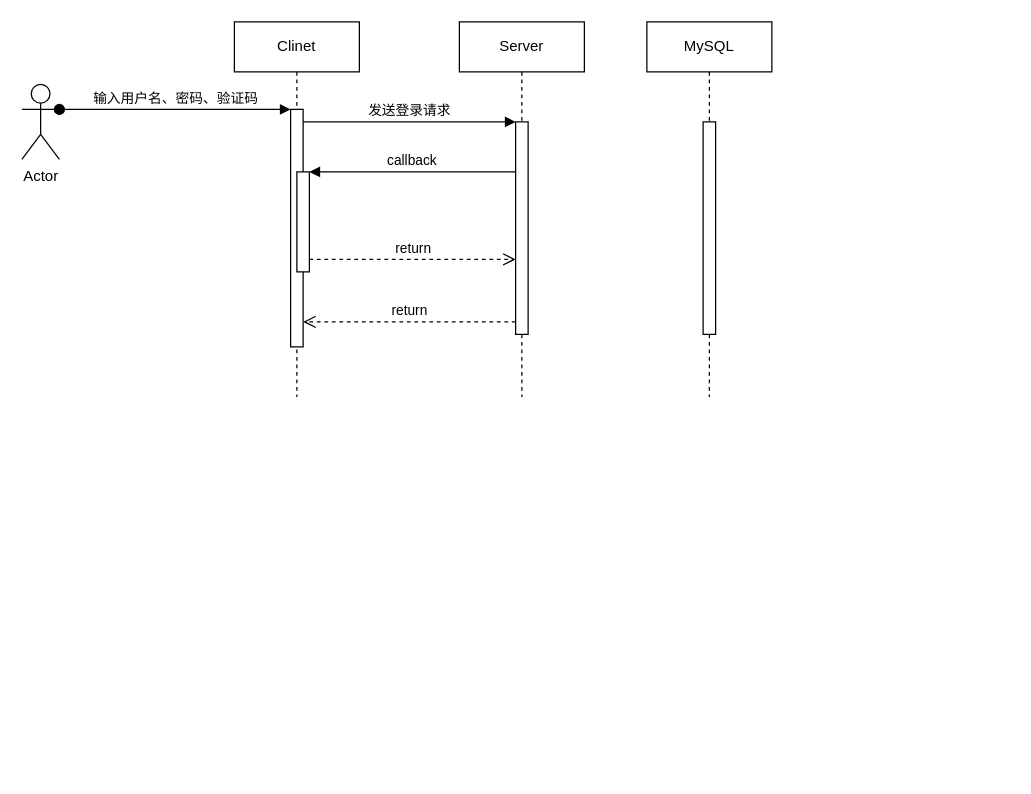
Above: Untitled Diagram.drawio in even1113/-- (draw.io), before the change. Source tidied: cells renumbered, new cells numbered last; positions are measured from the earlier drawing's top-left corner, leaving out a move shared by most shapes. Both pictures are drawn from the tidied source at 125%, with x=0, y=0 at pixel (21, 21).
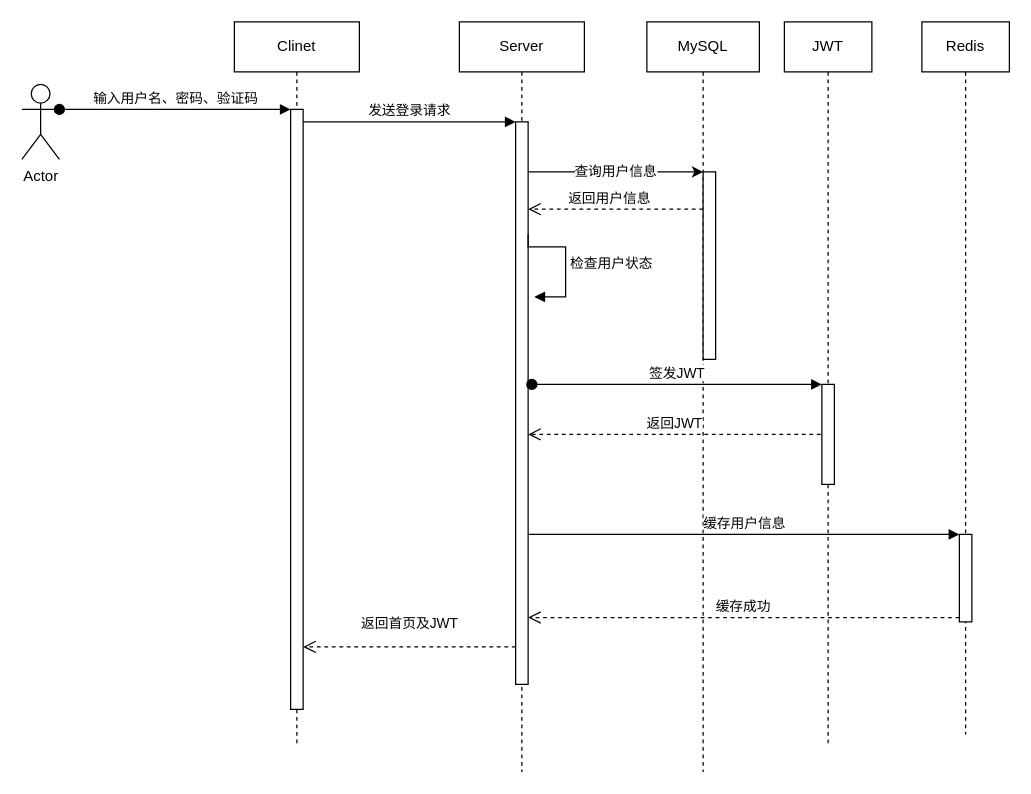
The same page after the edit.

The edit, as a diff of the source:
```diff
@@
     <mxCell id="2" value="Clinet" style="shape=umlLifeline;perimeter=lifelinePerimeter;whiteSpace=wrap;html=1;newEdgeStyle={&quot;edgeStyle&quot;:&quot;elbowEdgeStyle&quot;,&quot;elbow&quot;:&quot;vertical&quot;,&quot;curved&quot;:0,&quot;rounded&quot;:0};" parent="1" vertex="1">
-      <mxGeometry x="170" width="100" height="300" as="geometry" />
+      <mxGeometry x="170" width="100" height="580" as="geometry" />
     </mxCell>
     <mxCell id="3" style="html=1;points=[];perimeter=orthogonalPerimeter;outlineConnect=0;targetShapes=umlLifeline;portConstraint=eastwest;newEdgeStyle={&quot;edgeStyle&quot;:&quot;elbowEdgeStyle&quot;,&quot;elbow&quot;:&quot;vertical&quot;,&quot;curved&quot;:0,&quot;rounded&quot;:0};" parent="2" vertex="1">
-      <mxGeometry x="45" y="70" width="10" height="190" as="geometry" />
+      <mxGeometry x="45" y="70" width="10" height="480" as="geometry" />
     </mxCell>
-    <mxCell id="4" style="html=1;points=[];perimeter=orthogonalPerimeter;outlineConnect=0;targetShapes=umlLifeline;portConstraint=eastwest;newEdgeStyle={&quot;edgeStyle&quot;:&quot;elbowEdgeStyle&quot;,&quot;elbow&quot;:&quot;vertical&quot;,&quot;curved&quot;:0,&quot;rounded&quot;:0};" parent="2" vertex="1">
-      <mxGeometry x="50" y="120" width="10" height="80" as="geometry" />
-    </mxCell>
     <mxCell id="5" value="Server" style="shape=umlLifeline;perimeter=lifelinePerimeter;whiteSpace=wrap;html=1;newEdgeStyle={&quot;edgeStyle&quot;:&quot;elbowEdgeStyle&quot;,&quot;elbow&quot;:&quot;vertical&quot;,&quot;curved&quot;:0,&quot;rounded&quot;:0};" parent="1" vertex="1">
-      <mxGeometry x="350" width="100" height="300" as="geometry" />
+      <mxGeometry x="350" width="100" height="600" as="geometry" />
     </mxCell>
     <mxCell id="6" style="html=1;points=[];perimeter=orthogonalPerimeter;outlineConnect=0;targetShapes=umlLifeline;portConstraint=eastwest;newEdgeStyle={&quot;edgeStyle&quot;:&quot;elbowEdgeStyle&quot;,&quot;elbow&quot;:&quot;vertical&quot;,&quot;curved&quot;:0,&quot;rounded&quot;:0};" parent="5" vertex="1">
-      <mxGeometry x="45" y="80" width="10" height="170" as="geometry" />
+      <mxGeometry x="45" y="80" width="10" height="450" as="geometry" />
     </mxCell>
@@
-    <mxCell id="8" value="return" style="html=1;verticalAlign=bottom;endArrow=open;dashed=1;endSize=8;edgeStyle=elbowEdgeStyle;elbow=vertical;curved=0;rounded=0;" parent="1" edge="1" source="6" target="3">
-      <mxGeometry relative="1" as="geometry">
-        <Array as="points">
-          <mxPoint x="320" y="240" />
-        </Array>
-      </mxGeometry>
-    </mxCell>
-    <mxCell id="9" value="callback" style="html=1;verticalAlign=bottom;endArrow=block;edgeStyle=elbowEdgeStyle;elbow=vertical;curved=0;rounded=0;" parent="1" edge="1" source="6" target="4">
-      <mxGeometry relative="1" as="geometry">
-        <Array as="points">
-          <mxPoint x="320" y="120" />
-        </Array>
-      </mxGeometry>
-    </mxCell>
-    <mxCell id="10" value="return" style="html=1;verticalAlign=bottom;endArrow=open;dashed=1;endSize=8;edgeStyle=elbowEdgeStyle;elbow=vertical;curved=0;rounded=0;" parent="1" edge="1" source="4" target="6">
-      <mxGeometry relative="1" as="geometry">
-        <Array as="points">
-          <mxPoint x="310" y="190" />
-        </Array>
-      </mxGeometry>
-    </mxCell>
@@
     <mxCell id="13" value="MySQL" style="shape=umlLifeline;perimeter=lifelinePerimeter;whiteSpace=wrap;html=1;newEdgeStyle={&quot;edgeStyle&quot;:&quot;elbowEdgeStyle&quot;,&quot;elbow&quot;:&quot;vertical&quot;,&quot;curved&quot;:0,&quot;rounded&quot;:0};" parent="1" vertex="1">
-      <mxGeometry x="500" width="100" height="300" as="geometry" />
+      <mxGeometry x="500" width="90" height="600" as="geometry" />
     </mxCell>
     <mxCell id="14" style="html=1;points=[];perimeter=orthogonalPerimeter;outlineConnect=0;targetShapes=umlLifeline;portConstraint=eastwest;newEdgeStyle={&quot;edgeStyle&quot;:&quot;elbowEdgeStyle&quot;,&quot;elbow&quot;:&quot;vertical&quot;,&quot;curved&quot;:0,&quot;rounded&quot;:0};" parent="13" vertex="1">
-      <mxGeometry x="45" y="80" width="10" height="170" as="geometry" />
+      <mxGeometry x="45" y="120" width="10" height="150" as="geometry" />
     </mxCell>
+    <mxCell id="15" value="查询用户信息" style="edgeStyle=orthogonalEdgeStyle;rounded=0;jettySize=auto;html=1;" parent="1" edge="1" source="6" target="14">
+      <mxGeometry relative="1" as="geometry">
+        <Array as="points">
+          <mxPoint x="510" y="120" />
+          <mxPoint x="510" y="120" />
+        </Array>
+      </mxGeometry>
+    </mxCell>
+    <mxCell id="16" value="返回用户信息" style="html=1;verticalAlign=bottom;endArrow=open;dashed=1;endSize=8;edgeStyle=elbowEdgeStyle;elbow=vertical;curved=0;rounded=0;" parent="1" edge="1" source="14" target="6">
+      <mxGeometry x="0.07" relative="1" as="geometry">
+        <Array as="points">
+          <mxPoint x="485" y="149.8" />
+        </Array>
+      </mxGeometry>
+    </mxCell>
+    <mxCell id="17" value="检查用户状态" style="edgeStyle=orthogonalEdgeStyle;html=1;align=left;spacingLeft=2;endArrow=block;rounded=0;entryX=1;entryY=0;" parent="1" edge="1">
+      <mxGeometry relative="1" as="geometry">
+        <mxPoint x="405" y="170" as="sourcePoint" />
+        <mxPoint x="410" y="220" as="targetPoint" />
+        <Array as="points">
+          <mxPoint x="405" y="180" />
+          <mxPoint x="435" y="180" />
+          <mxPoint x="435" y="220" />
+        </Array>
+      </mxGeometry>
+    </mxCell>
+    <mxCell id="18" value="签发JWT" style="html=1;verticalAlign=bottom;startArrow=oval;endArrow=block;startSize=8;rounded=0;exitX=1.3;exitY=0;exitDx=0;exitDy=0;exitPerimeter=0;" parent="1" edge="1" target="21">
+      <mxGeometry relative="1" as="geometry">
+        <mxPoint x="408" y="290" as="sourcePoint" />
+      </mxGeometry>
+    </mxCell>
+    <mxCell id="19" value="返回JWT" style="html=1;verticalAlign=bottom;endArrow=open;dashed=1;endSize=8;rounded=0;exitX=-0.1;exitY=0.5;exitDx=0;exitDy=0;exitPerimeter=0;" parent="1" edge="1" source="21">
+      <mxGeometry relative="1" as="geometry">
+        <mxPoint x="405" y="330" as="targetPoint" />
+      </mxGeometry>
+    </mxCell>
+    <mxCell id="20" value="JWT" style="shape=umlLifeline;perimeter=lifelinePerimeter;whiteSpace=wrap;html=1;" parent="1" vertex="1">
+      <mxGeometry x="610" width="70" height="580" as="geometry" />
+    </mxCell>
+    <mxCell id="21" style="html=1;points=[];perimeter=orthogonalPerimeter;" parent="20" vertex="1">
+      <mxGeometry x="30" y="290" width="10" height="80" as="geometry" />
+    </mxCell>
+    <mxCell id="22" value="Redis" style="shape=umlLifeline;perimeter=lifelinePerimeter;whiteSpace=wrap;html=1;" parent="1" vertex="1">
+      <mxGeometry x="720" width="70" height="570" as="geometry" />
+    </mxCell>
+    <mxCell id="23" style="html=1;points=[];perimeter=orthogonalPerimeter;" parent="22" vertex="1">
+      <mxGeometry x="30" y="410" width="10" height="70" as="geometry" />
+    </mxCell>
+    <mxCell id="24" value="缓存用户信息" style="html=1;verticalAlign=bottom;endArrow=block;entryX=0;entryY=0;rounded=0;" parent="1" edge="1" target="23">
+      <mxGeometry relative="1" as="geometry">
+        <mxPoint x="405" y="410" as="sourcePoint" />
+      </mxGeometry>
+    </mxCell>
+    <mxCell id="25" value="缓存成功" style="html=1;verticalAlign=bottom;endArrow=open;dashed=1;endSize=8;exitX=0;exitY=0.95;rounded=0;" parent="1" edge="1" source="23">
+      <mxGeometry relative="1" as="geometry">
+        <mxPoint x="405" y="476.5" as="targetPoint" />
+      </mxGeometry>
+    </mxCell>
+    <mxCell id="26" value="返回首页及JWT" style="html=1;verticalAlign=bottom;endArrow=open;dashed=1;endSize=8;rounded=0;" parent="1" edge="1" target="3">
+      <mxGeometry y="-10" relative="1" as="geometry">
+        <mxPoint x="395" y="500" as="sourcePoint" />
+      </mxGeometry>
+    </mxCell>
```
